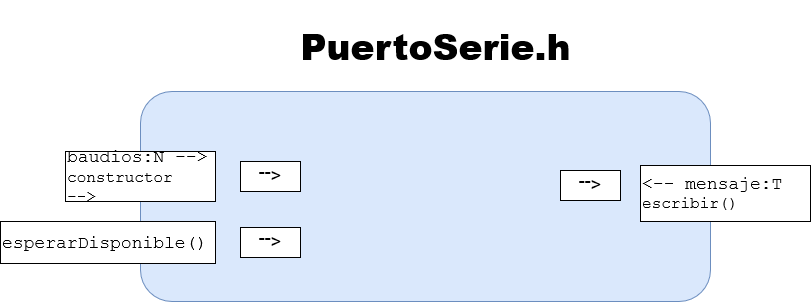
The draw.io diagram docs/arquitectura_inversa/arduino/puertoSerie.drawio.png in leire07/Sprint0Arduino, before a commit. Source tidied: cells renumbered, new cells last; positions are measured from the earlier drawing's top-left corner, leaving out a move shared by most shapes. The source it was exported from:
```xml
<mxGraphModel>
  <root>
    <mxCell id="0" />
    <mxCell id="1" parent="0" />
    <mxCell id="2" value="&lt;h1 style=&quot;font-size: 36px&quot;&gt;&lt;font style=&quot;font-size: 36px&quot;&gt;&lt;b&gt;&lt;font style=&quot;font-size: 36px&quot;&gt;PuertoSerie.h&lt;/font&gt;&lt;/b&gt;&lt;/font&gt;&lt;/h1&gt;" style="text;html=1;align=center;verticalAlign=middle;" parent="1" vertex="1">
      <mxGeometry x="290" width="290" height="70" as="geometry" />
    </mxCell>
    <mxCell id="3" style="rounded=1;whiteSpace=wrap;html=1;fillColor=#dae8fc;strokeColor=#6c8ebf;" parent="1" vertex="1">
      <mxGeometry x="140" y="80" width="570" height="210" as="geometry" />
    </mxCell>
    <mxCell id="4" value="&lt;div&gt;&lt;font style=&quot;font-size: 18px&quot;&gt;baudios:N --&amp;gt;&lt;/font&gt;&lt;/div&gt;&lt;div&gt;&lt;font size=&quot;3&quot;&gt;constructor&lt;/font&gt;&lt;/div&gt;&lt;div&gt;&lt;font size=&quot;3&quot;&gt;--&amp;gt;&lt;br&gt;&lt;/font&gt;&lt;/div&gt;" style="rounded=0;whiteSpace=wrap;html=1;fontFamily=Courier New;align=left;" parent="1" vertex="1">
      <mxGeometry x="65" y="140" width="150" height="50" as="geometry" />
    </mxCell>
    <mxCell id="5" value="&lt;font style=&quot;font-size: 18px&quot;&gt;esperarDisponible()&lt;/font&gt;" style="rounded=0;whiteSpace=wrap;html=1;fontFamily=Courier New;align=left;" parent="1" vertex="1">
      <mxGeometry y="210" width="215" height="42" as="geometry" />
    </mxCell>
    <mxCell id="6" value="&lt;font style=&quot;font-size: 18px&quot;&gt;&amp;lt;--&lt;/font&gt;" style="rounded=0;whiteSpace=wrap;html=1;rotation=-180;" parent="1" vertex="1">
      <mxGeometry x="240" y="150" width="60" height="30" as="geometry" />
    </mxCell>
    <mxCell id="7" value="&lt;div&gt;&lt;font style=&quot;font-size: 18px&quot;&gt;&amp;lt;-- mensaje:T&lt;/font&gt;&lt;/div&gt;&lt;div&gt;&lt;font size=&quot;3&quot;&gt;escribir()&lt;br&gt;&lt;/font&gt;&lt;/div&gt;" style="rounded=0;whiteSpace=wrap;html=1;fontFamily=Courier New;align=left;" parent="1" vertex="1">
      <mxGeometry x="640" y="154" width="170" height="56" as="geometry" />
    </mxCell>
    <mxCell id="8" value="&lt;font style=&quot;font-size: 18px&quot;&gt;&amp;lt;--&lt;/font&gt;" style="rounded=0;whiteSpace=wrap;html=1;rotation=-180;" parent="1" vertex="1">
      <mxGeometry x="560" y="159" width="60" height="30" as="geometry" />
    </mxCell>
    <mxCell id="9" value="&lt;font style=&quot;font-size: 18px&quot;&gt;&amp;lt;--&lt;/font&gt;" style="rounded=0;whiteSpace=wrap;html=1;rotation=-180;" parent="1" vertex="1">
      <mxGeometry x="240" y="216" width="60" height="30" as="geometry" />
    </mxCell>
  </root>
</mxGraphModel>
```
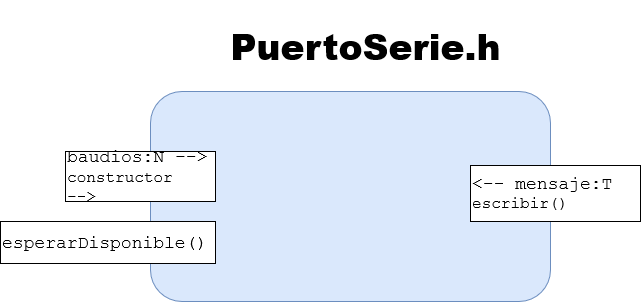
The same file after the commit.

What changed in the source:
```diff
@@ -6,25 +6,16 @@
       <mxGeometry x="290" width="290" height="70" as="geometry" />
     </mxCell>
     <mxCell id="3" style="rounded=1;whiteSpace=wrap;html=1;fillColor=#dae8fc;strokeColor=#6c8ebf;" parent="1" vertex="1">
-      <mxGeometry x="140" y="80" width="570" height="210" as="geometry" />
+      <mxGeometry x="220" y="80" width="400" height="210" as="geometry" />
     </mxCell>
     <mxCell id="4" value="&lt;div&gt;&lt;font style=&quot;font-size: 18px&quot;&gt;baudios:N --&amp;gt;&lt;/font&gt;&lt;/div&gt;&lt;div&gt;&lt;font size=&quot;3&quot;&gt;constructor&lt;/font&gt;&lt;/div&gt;&lt;div&gt;&lt;font size=&quot;3&quot;&gt;--&amp;gt;&lt;br&gt;&lt;/font&gt;&lt;/div&gt;" style="rounded=0;whiteSpace=wrap;html=1;fontFamily=Courier New;align=left;" parent="1" vertex="1">
-      <mxGeometry x="65" y="140" width="150" height="50" as="geometry" />
+      <mxGeometry x="135" y="140" width="150" height="50" as="geometry" />
     </mxCell>
     <mxCell id="5" value="&lt;font style=&quot;font-size: 18px&quot;&gt;esperarDisponible()&lt;/font&gt;" style="rounded=0;whiteSpace=wrap;html=1;fontFamily=Courier New;align=left;" parent="1" vertex="1">
-      <mxGeometry y="210" width="215" height="42" as="geometry" />
+      <mxGeometry x="70" y="210" width="215" height="42" as="geometry" />
     </mxCell>
-    <mxCell id="6" value="&lt;font style=&quot;font-size: 18px&quot;&gt;&amp;lt;--&lt;/font&gt;" style="rounded=0;whiteSpace=wrap;html=1;rotation=-180;" parent="1" vertex="1">
-      <mxGeometry x="240" y="150" width="60" height="30" as="geometry" />
-    </mxCell>
     <mxCell id="7" value="&lt;div&gt;&lt;font style=&quot;font-size: 18px&quot;&gt;&amp;lt;-- mensaje:T&lt;/font&gt;&lt;/div&gt;&lt;div&gt;&lt;font size=&quot;3&quot;&gt;escribir()&lt;br&gt;&lt;/font&gt;&lt;/div&gt;" style="rounded=0;whiteSpace=wrap;html=1;fontFamily=Courier New;align=left;" parent="1" vertex="1">
-      <mxGeometry x="640" y="154" width="170" height="56" as="geometry" />
+      <mxGeometry x="540" y="154" width="170" height="56" as="geometry" />
     </mxCell>
-    <mxCell id="8" value="&lt;font style=&quot;font-size: 18px&quot;&gt;&amp;lt;--&lt;/font&gt;" style="rounded=0;whiteSpace=wrap;html=1;rotation=-180;" parent="1" vertex="1">
-      <mxGeometry x="560" y="159" width="60" height="30" as="geometry" />
-    </mxCell>
-    <mxCell id="9" value="&lt;font style=&quot;font-size: 18px&quot;&gt;&amp;lt;--&lt;/font&gt;" style="rounded=0;whiteSpace=wrap;html=1;rotation=-180;" parent="1" vertex="1">
-      <mxGeometry x="240" y="216" width="60" height="30" as="geometry" />
-    </mxCell>
   </root>
 </mxGraphModel>
```
